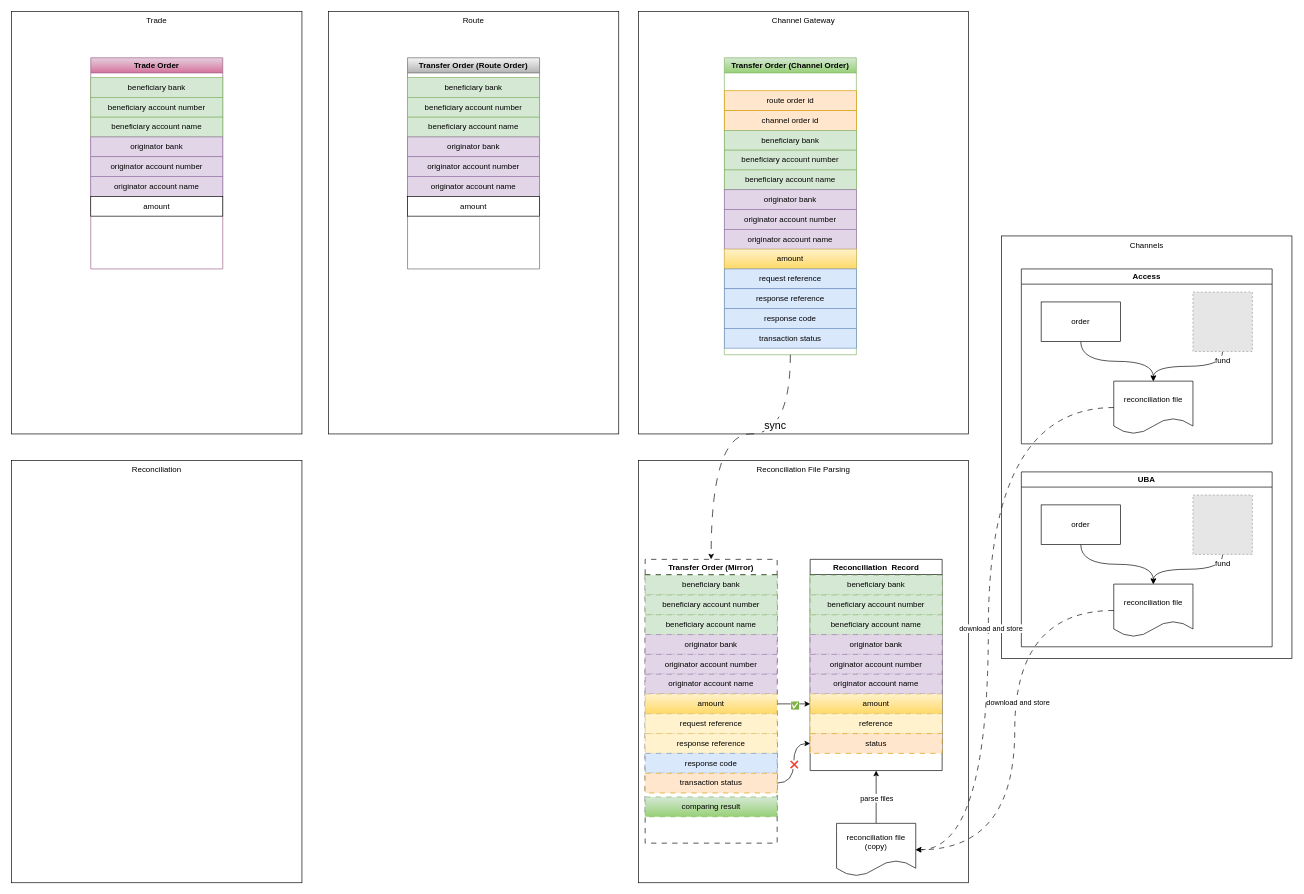
Before: reconciliation solution.drawio in catface996/images, a draw.io diagram. Source tidied: cells renumbered, new cells numbered last; positions are measured from the earlier drawing's top-left corner, leaving out a move shared by most shapes. Both pictures are drawn from the tidied source at 66%, with x=0, y=0 at pixel (11, 11). Pictures stored in the file or linked from it are replaced by grey dashed boxes.
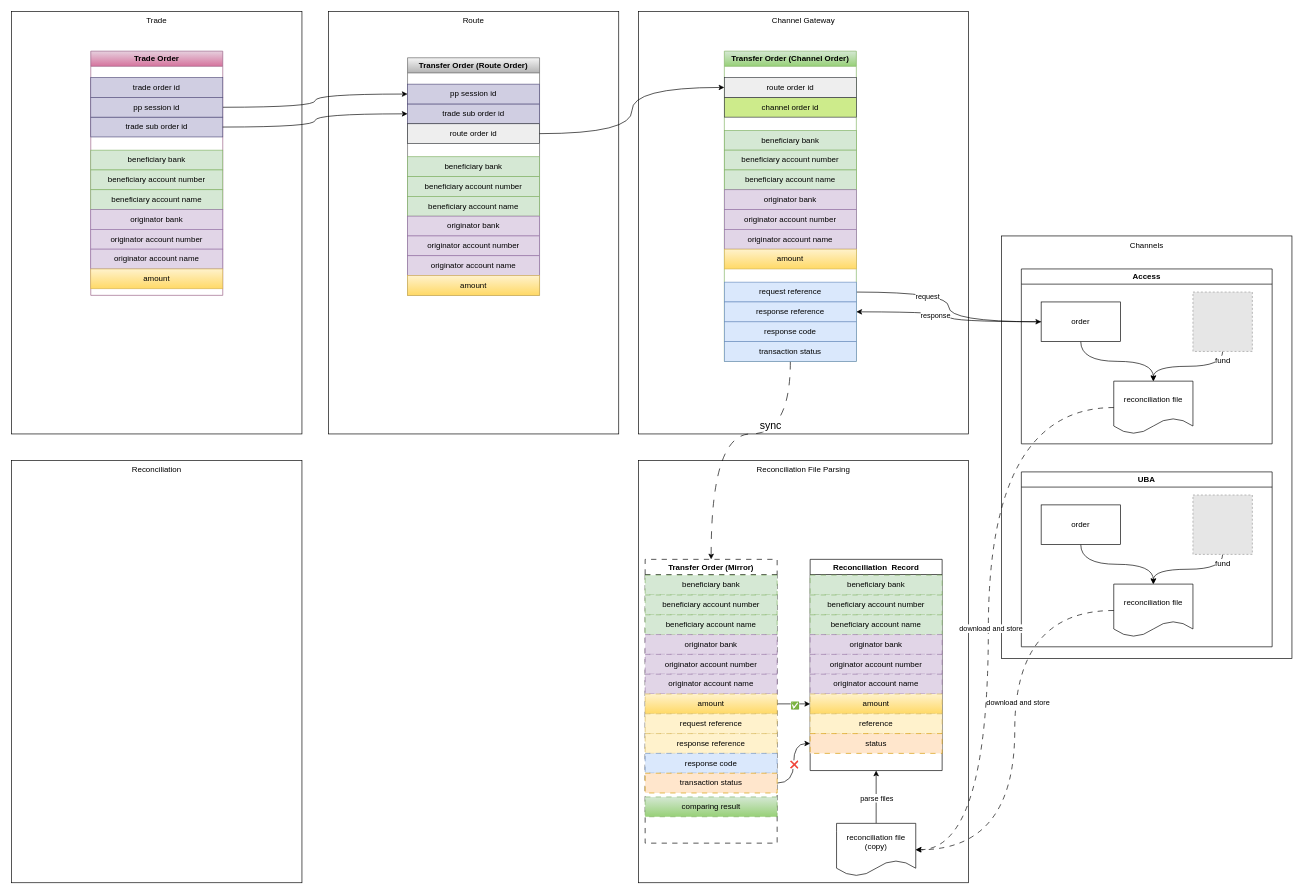
The same page after the edit.

Unchanged cells that the change refers to:
```xml
<mxCell id="12" value="order" style="rounded=0;whiteSpace=wrap;html=1;" parent="9" vertex="1">
  <mxGeometry x="30" y="50" width="120" height="60" as="geometry" />
</mxCell>
```

Diff of the diagram source:
```diff
@@
     <mxCell id="7" value="Transfer Order (Channel Order)" style="swimlane;whiteSpace=wrap;html=1;fillColor=#d5e8d4;gradientColor=#97d077;strokeColor=#82b366;" parent="1" vertex="1">
-      <mxGeometry x="1080" y="70" width="200" height="450" as="geometry" />
+      <mxGeometry x="1080" y="60" width="200" height="470" as="geometry" />
     </mxCell>
-    <mxCell id="8" value="channel order id" style="rounded=0;whiteSpace=wrap;html=1;fillColor=#ffe6cc;strokeColor=#d79b00;" parent="7" vertex="1">
-      <mxGeometry y="80" width="200" height="30" as="geometry" />
+    <mxCell id="8" value="channel order id" style="rounded=0;whiteSpace=wrap;html=1;fillColor=#cdeb8b;strokeColor=#36393d;" parent="7" vertex="1">
+      <mxGeometry y="70" width="200" height="30" as="geometry" />
     </mxCell>
@@
+    <mxCell id="86" style="edgeStyle=orthogonalEdgeStyle;rounded=0;jettySize=auto;html=1;entryX=0;entryY=0.5;entryDx=0;entryDy=0;curved=1;" parent="1" edge="1" source="49" target="12">
+      <mxGeometry relative="1" as="geometry" />
+    </mxCell>
+    <mxCell id="87" value="request" style="edgeLabel;html=1;align=center;verticalAlign=middle;" parent="86" vertex="1">
+      <mxGeometry x="-0.34" y="-6" relative="1" as="geometry" />
+    </mxCell>
     <mxCell id="49" value="request reference" style="rounded=0;whiteSpace=wrap;html=1;fillColor=#dae8fc;strokeColor=#6c8ebf;" parent="1" vertex="1">
-      <mxGeometry x="1080" y="390" width="200" height="30" as="geometry" />
+      <mxGeometry x="1080" y="410" width="200" height="30" as="geometry" />
     </mxCell>
     <mxCell id="50" value="response code" style="rounded=0;whiteSpace=wrap;html=1;fillColor=#dae8fc;strokeColor=#6c8ebf;" parent="1" vertex="1">
-      <mxGeometry x="1080" y="450" width="200" height="30" as="geometry" />
+      <mxGeometry x="1080" y="470" width="200" height="30" as="geometry" />
     </mxCell>
     <mxCell id="51" value="response reference" style="rounded=0;whiteSpace=wrap;html=1;fillColor=#dae8fc;strokeColor=#6c8ebf;" parent="1" vertex="1">
-      <mxGeometry x="1080" y="420" width="200" height="30" as="geometry" />
+      <mxGeometry x="1080" y="440" width="200" height="30" as="geometry" />
     </mxCell>
     <mxCell id="52" value="transaction status" style="rounded=0;whiteSpace=wrap;html=1;fillColor=#dae8fc;strokeColor=#6c8ebf;" parent="1" vertex="1">
-      <mxGeometry x="1080" y="480" width="200" height="30" as="geometry" />
+      <mxGeometry x="1080" y="500" width="200" height="30" as="geometry" />
     </mxCell>
@@
     <mxCell id="66" value="Trade Order" style="swimlane;whiteSpace=wrap;html=1;fillColor=#e6d0de;gradientColor=#d5739d;strokeColor=#996185;" parent="1" vertex="1">
-      <mxGeometry x="120" y="70" width="200" height="320" as="geometry" />
+      <mxGeometry x="120" y="60" width="200" height="370" as="geometry" />
     </mxCell>
+    <mxCell id="88" value="trade sub order id" style="rounded=0;whiteSpace=wrap;html=1;fillColor=#d0cee2;strokeColor=#56517e;" parent="66" vertex="1">
+      <mxGeometry y="100" width="200" height="30" as="geometry" />
+    </mxCell>
@@
+    <mxCell id="76" value="route order id" style="rounded=0;whiteSpace=wrap;html=1;fillColor=#eeeeee;strokeColor=#36393d;" parent="1" vertex="1">
+      <mxGeometry x="1080" y="100" width="200" height="30" as="geometry" />
+    </mxCell>
+    <mxCell id="77" value="Route" style="rounded=0;whiteSpace=wrap;html=1;align=center;verticalAlign=top;" parent="1" vertex="1">
+      <mxGeometry x="480" width="440" height="640" as="geometry" />
+    </mxCell>
+    <mxCell id="78" value="Transfer Order (Route Order)" style="swimlane;whiteSpace=wrap;html=1;fillColor=#f5f5f5;gradientColor=#b3b3b3;strokeColor=#666666;" parent="1" vertex="1">
+      <mxGeometry x="600" y="70" width="200" height="360" as="geometry" />
+    </mxCell>
+    <mxCell id="89" value="trade order id" style="rounded=0;whiteSpace=wrap;html=1;fillColor=#d0cee2;strokeColor=#56517e;" parent="1" vertex="1">
+      <mxGeometry x="120" y="100" width="200" height="30" as="geometry" />
+    </mxCell>
+    <mxCell id="90" style="edgeStyle=orthogonalEdgeStyle;rounded=0;jettySize=auto;html=1;entryX=0;entryY=0.5;entryDx=0;entryDy=0;curved=1;" parent="1" edge="1" source="91" target="96">
+      <mxGeometry relative="1" as="geometry" />
+    </mxCell>
+    <mxCell id="91" value="pp session id" style="rounded=0;whiteSpace=wrap;html=1;fillColor=#d0cee2;strokeColor=#56517e;" parent="1" vertex="1">
+      <mxGeometry x="120" y="130" width="200" height="30" as="geometry" />
+    </mxCell>
+    <mxCell id="92" style="group;" parent="1" vertex="1">
+      <mxGeometry x="120" y="210" width="200" height="210" as="geometry" />
+    </mxCell>
-    <mxCell id="69" value="beneficiary bank" style="rounded=0;whiteSpace=wrap;html=1;fillColor=#d5e8d4;strokeColor=#82b366;" parent="1" vertex="1">
-      <mxGeometry x="120" y="100" width="200" height="30" as="geometry" />
+    <mxCell id="69" value="beneficiary bank" style="rounded=0;whiteSpace=wrap;html=1;fillColor=#d5e8d4;strokeColor=#82b366;" parent="92" vertex="1">
+      <mxGeometry width="200" height="30" as="geometry" />
     </mxCell>
-    <mxCell id="70" value="beneficiary account number" style="rounded=0;whiteSpace=wrap;html=1;fillColor=#d5e8d4;strokeColor=#82b366;" parent="1" vertex="1">
-      <mxGeometry x="120" y="130" width="200" height="30" as="geometry" />
+    <mxCell id="70" value="beneficiary account number" style="rounded=0;whiteSpace=wrap;html=1;fillColor=#d5e8d4;strokeColor=#82b366;" parent="92" vertex="1">
+      <mxGeometry y="30" width="200" height="30" as="geometry" />
     </mxCell>
-    <mxCell id="71" value="beneficiary account name" style="rounded=0;whiteSpace=wrap;html=1;fillColor=#d5e8d4;strokeColor=#82b366;" parent="1" vertex="1">
-      <mxGeometry x="120" y="160" width="200" height="30" as="geometry" />
+    <mxCell id="71" value="beneficiary account name" style="rounded=0;whiteSpace=wrap;html=1;fillColor=#d5e8d4;strokeColor=#82b366;" parent="92" vertex="1">
+      <mxGeometry y="60" width="200" height="30" as="geometry" />
     </mxCell>
-    <mxCell id="72" value="originator bank" style="rounded=0;whiteSpace=wrap;html=1;fillColor=#e1d5e7;strokeColor=#9673a6;" parent="1" vertex="1">
-      <mxGeometry x="120" y="190" width="200" height="30" as="geometry" />
+    <mxCell id="72" value="originator bank" style="rounded=0;whiteSpace=wrap;html=1;fillColor=#e1d5e7;strokeColor=#9673a6;" parent="92" vertex="1">
+      <mxGeometry y="90" width="200" height="30" as="geometry" />
     </mxCell>
-    <mxCell id="73" value="originator account number" style="rounded=0;whiteSpace=wrap;html=1;fillColor=#e1d5e7;strokeColor=#9673a6;" parent="1" vertex="1">
-      <mxGeometry x="120" y="220" width="200" height="30" as="geometry" />
+    <mxCell id="73" value="originator account number" style="rounded=0;whiteSpace=wrap;html=1;fillColor=#e1d5e7;strokeColor=#9673a6;" parent="92" vertex="1">
+      <mxGeometry y="120" width="200" height="30" as="geometry" />
     </mxCell>
-    <mxCell id="74" value="originator account name" style="rounded=0;whiteSpace=wrap;html=1;fillColor=#e1d5e7;strokeColor=#9673a6;" parent="1" vertex="1">
-      <mxGeometry x="120" y="250" width="200" height="30" as="geometry" />
+    <mxCell id="74" value="originator account name" style="rounded=0;whiteSpace=wrap;html=1;fillColor=#e1d5e7;strokeColor=#9673a6;" parent="92" vertex="1">
+      <mxGeometry y="150" width="200" height="30" as="geometry" />
     </mxCell>
-    <mxCell id="75" value="amount" style="rounded=0;whiteSpace=wrap;html=1;" parent="1" vertex="1">
-      <mxGeometry x="120" y="280" width="200" height="30" as="geometry" />
+    <mxCell id="75" value="amount" style="rounded=0;whiteSpace=wrap;html=1;fillColor=#fff2cc;gradientColor=#ffd966;strokeColor=#d6b656;" parent="92" vertex="1">
+      <mxGeometry y="180" width="200" height="30" as="geometry" />
     </mxCell>
-    <mxCell id="76" value="route order id" style="rounded=0;whiteSpace=wrap;html=1;fillColor=#ffe6cc;strokeColor=#d79b00;" parent="1" vertex="1">
-      <mxGeometry x="1080" y="120" width="200" height="30" as="geometry" />
-    </mxCell>
-    <mxCell id="77" value="Route" style="rounded=0;whiteSpace=wrap;html=1;align=center;verticalAlign=top;" parent="1" vertex="1">
-      <mxGeometry x="480" width="440" height="640" as="geometry" />
-    </mxCell>
-    <mxCell id="78" value="Transfer Order (Route Order)" style="swimlane;whiteSpace=wrap;html=1;fillColor=#f5f5f5;gradientColor=#b3b3b3;strokeColor=#666666;" parent="1" vertex="1">
-      <mxGeometry x="600" y="70" width="200" height="320" as="geometry" />
-    </mxCell>
+    <mxCell id="93" style="group;" parent="1" vertex="1">
+      <mxGeometry x="600" y="110" width="200" height="90" as="geometry" />
+    </mxCell>
+    <mxCell id="94" value="trade sub order id" style="rounded=0;whiteSpace=wrap;html=1;fillColor=#d0cee2;strokeColor=#56517e;" parent="93" vertex="1">
+      <mxGeometry y="30" width="200" height="30" as="geometry" />
+    </mxCell>
+    <mxCell id="95" value="route order id" style="rounded=0;whiteSpace=wrap;html=1;fillColor=#eeeeee;strokeColor=#36393d;" parent="93" vertex="1">
+      <mxGeometry y="60" width="200" height="30" as="geometry" />
+    </mxCell>
+    <mxCell id="96" value="pp session id" style="rounded=0;whiteSpace=wrap;html=1;fillColor=#d0cee2;strokeColor=#56517e;" parent="93" vertex="1">
+      <mxGeometry width="200" height="30" as="geometry" />
+    </mxCell>
+    <mxCell id="97" style="group;" parent="1" vertex="1">
+      <mxGeometry x="600" y="220" width="200" height="210" as="geometry" />
+    </mxCell>
-    <mxCell id="79" value="beneficiary bank" style="rounded=0;whiteSpace=wrap;html=1;fillColor=#d5e8d4;strokeColor=#82b366;" parent="1" vertex="1">
-      <mxGeometry x="600" y="100" width="200" height="30" as="geometry" />
+    <mxCell id="79" value="beneficiary bank" style="rounded=0;whiteSpace=wrap;html=1;fillColor=#d5e8d4;strokeColor=#82b366;" parent="97" vertex="1">
+      <mxGeometry width="200" height="30" as="geometry" />
     </mxCell>
-    <mxCell id="80" value="beneficiary account number" style="rounded=0;whiteSpace=wrap;html=1;fillColor=#d5e8d4;strokeColor=#82b366;" parent="1" vertex="1">
-      <mxGeometry x="600" y="130" width="200" height="30" as="geometry" />
+    <mxCell id="80" value="beneficiary account number" style="rounded=0;whiteSpace=wrap;html=1;fillColor=#d5e8d4;strokeColor=#82b366;" parent="97" vertex="1">
+      <mxGeometry y="30" width="200" height="30" as="geometry" />
     </mxCell>
-    <mxCell id="81" value="beneficiary account name" style="rounded=0;whiteSpace=wrap;html=1;fillColor=#d5e8d4;strokeColor=#82b366;" parent="1" vertex="1">
-      <mxGeometry x="600" y="160" width="200" height="30" as="geometry" />
+    <mxCell id="81" value="beneficiary account name" style="rounded=0;whiteSpace=wrap;html=1;fillColor=#d5e8d4;strokeColor=#82b366;" parent="97" vertex="1">
+      <mxGeometry y="60" width="200" height="30" as="geometry" />
     </mxCell>
-    <mxCell id="82" value="originator bank" style="rounded=0;whiteSpace=wrap;html=1;fillColor=#e1d5e7;strokeColor=#9673a6;" parent="1" vertex="1">
-      <mxGeometry x="600" y="190" width="200" height="30" as="geometry" />
+    <mxCell id="82" value="originator bank" style="rounded=0;whiteSpace=wrap;html=1;fillColor=#e1d5e7;strokeColor=#9673a6;" parent="97" vertex="1">
+      <mxGeometry y="90" width="200" height="30" as="geometry" />
     </mxCell>
-    <mxCell id="83" value="originator account number" style="rounded=0;whiteSpace=wrap;html=1;fillColor=#e1d5e7;strokeColor=#9673a6;" parent="1" vertex="1">
-      <mxGeometry x="600" y="220" width="200" height="30" as="geometry" />
+    <mxCell id="83" value="originator account number" style="rounded=0;whiteSpace=wrap;html=1;fillColor=#e1d5e7;strokeColor=#9673a6;" parent="97" vertex="1">
+      <mxGeometry y="120" width="200" height="30" as="geometry" />
     </mxCell>
-    <mxCell id="84" value="originator account name" style="rounded=0;whiteSpace=wrap;html=1;fillColor=#e1d5e7;strokeColor=#9673a6;" parent="1" vertex="1">
-      <mxGeometry x="600" y="250" width="200" height="30" as="geometry" />
+    <mxCell id="84" value="originator account name" style="rounded=0;whiteSpace=wrap;html=1;fillColor=#e1d5e7;strokeColor=#9673a6;" parent="97" vertex="1">
+      <mxGeometry y="150" width="200" height="30" as="geometry" />
     </mxCell>
-    <mxCell id="85" value="amount" style="rounded=0;whiteSpace=wrap;html=1;" parent="1" vertex="1">
-      <mxGeometry x="600" y="280" width="200" height="30" as="geometry" />
+    <mxCell id="85" value="amount" style="rounded=0;whiteSpace=wrap;html=1;fillColor=#fff2cc;gradientColor=#ffd966;strokeColor=#d6b656;" parent="97" vertex="1">
+      <mxGeometry y="180" width="200" height="30" as="geometry" />
     </mxCell>
+    <mxCell id="98" style="edgeStyle=orthogonalEdgeStyle;rounded=0;jettySize=auto;html=1;entryX=0;entryY=0.5;entryDx=0;entryDy=0;curved=1;" parent="1" edge="1" source="88" target="94">
+      <mxGeometry relative="1" as="geometry" />
+    </mxCell>
+    <mxCell id="99" style="edgeStyle=orthogonalEdgeStyle;rounded=0;jettySize=auto;html=1;entryX=0;entryY=0.5;entryDx=0;entryDy=0;curved=1;" parent="1" edge="1" source="95" target="76">
+      <mxGeometry relative="1" as="geometry" />
+    </mxCell>
+    <mxCell id="100" style="edgeStyle=orthogonalEdgeStyle;rounded=0;jettySize=auto;html=1;entryX=1;entryY=0.5;entryDx=0;entryDy=0;curved=1;" parent="1" edge="1" source="12" target="51">
+      <mxGeometry relative="1" as="geometry" />
+    </mxCell>
+    <mxCell id="101" value="response" style="edgeLabel;html=1;align=center;verticalAlign=middle;" parent="100" vertex="1">
+      <mxGeometry x="0.19" y="5" relative="1" as="geometry" />
+    </mxCell>
```
